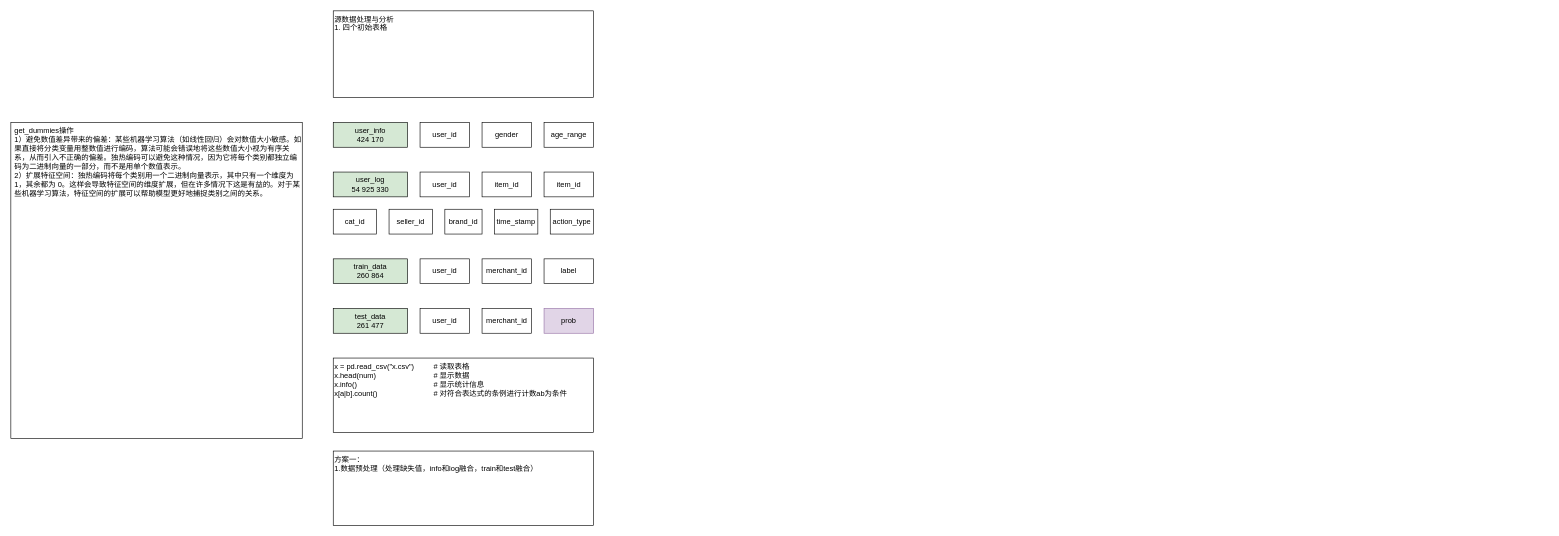
The draw.io diagram tmall1.drawio in limpid-11/drawio, before the edit. Source tidied: cells renumbered, new cells numbered last; positions are measured from the earlier drawing's top-left corner, leaving out a move shared by most shapes. Both pictures are drawn from the tidied source at 62%, with x=0, y=0 at pixel (11, 11).
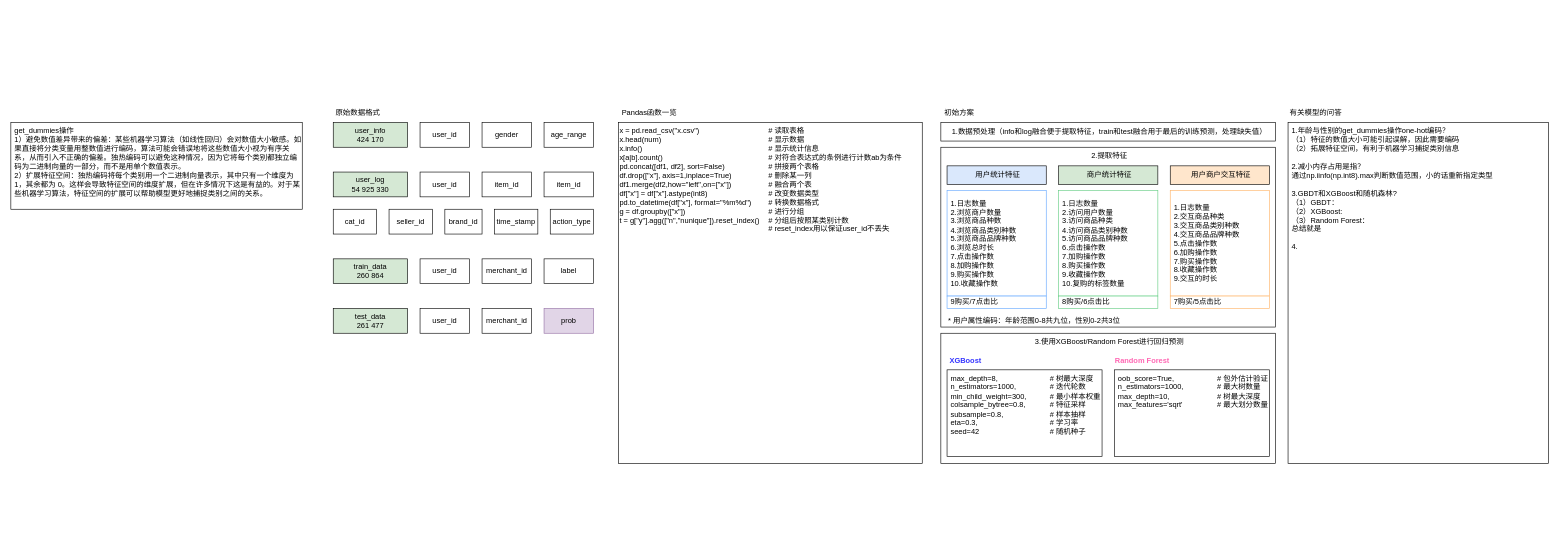
After the change.

What changed in the source:
```diff
@@
-    <mxCell id="2" value="&lt;div style=&quot;&quot;&gt;&lt;span style=&quot;background-color: initial;&quot;&gt;源数据处理与分析&lt;/span&gt;&lt;/div&gt;&lt;div style=&quot;&quot;&gt;&lt;span style=&quot;background-color: initial;&quot;&gt;1. 四个初始表格&lt;/span&gt;&lt;/div&gt;&lt;div&gt;&lt;br&gt;&lt;/div&gt;" style="rounded=0;whiteSpace=wrap;html=1;align=left;verticalAlign=top;" parent="1" vertex="1">
-      <mxGeometry x="520" width="420" height="140" as="geometry" />
-    </mxCell>
@@
-    <mxCell id="7" value="x = pd.read_csv(&quot;x.csv&quot;)&lt;span style=&quot;white-space: pre;&quot;&gt;&#9;&lt;/span&gt;&lt;span style=&quot;white-space: pre;&quot;&gt;&#9;&lt;/span&gt;# 读取表格&lt;div&gt;x.head(num)&amp;nbsp; &amp;nbsp;&lt;span style=&quot;white-space: pre;&quot;&gt;&#9;&lt;/span&gt;&lt;span style=&quot;white-space: pre;&quot;&gt;&#9;&lt;/span&gt;&lt;span style=&quot;white-space: pre;&quot;&gt;&#9;&lt;/span&gt;&lt;span style=&quot;white-space: pre;&quot;&gt;&#9;&lt;/span&gt;# 显示数据&lt;/div&gt;&lt;div&gt;x.info()&lt;span style=&quot;white-space: pre;&quot;&gt;&#9;&lt;/span&gt;&lt;span style=&quot;white-space: pre;&quot;&gt;&#9;&lt;/span&gt;&lt;span style=&quot;white-space: pre;&quot;&gt;&#9;&lt;/span&gt;&lt;span style=&quot;white-space: pre;&quot;&gt;&#9;&lt;/span&gt;&lt;span style=&quot;white-space: pre;&quot;&gt;&#9;&lt;/span&gt;# 显示统计信息&lt;/div&gt;&lt;div&gt;x[a|b].count()&lt;span style=&quot;white-space: pre;&quot;&gt;&#9;&lt;/span&gt;&lt;span style=&quot;white-space: pre;&quot;&gt;&#9;&lt;/span&gt;&lt;span style=&quot;white-space: pre;&quot;&gt;&#9;&lt;/span&gt;&lt;span style=&quot;white-space: pre;&quot;&gt;&#9;&lt;/span&gt;# 对符合表达式的条例进行计数ab为条件&lt;/div&gt;&lt;div&gt;&lt;br&gt;&lt;/div&gt;" style="rounded=0;whiteSpace=wrap;html=1;align=left;verticalAlign=top;" parent="1" vertex="1">
-      <mxGeometry x="520" y="560" width="420" height="120" as="geometry" />
+    <mxCell id="7" value="x = pd.read_csv(&quot;x.csv&quot;)&lt;span style=&quot;white-space: pre;&quot;&gt;&#9;&lt;/span&gt;&lt;span style=&quot;white-space: pre;&quot;&gt;&#9;&lt;span style=&quot;white-space: pre;&quot;&gt;&#9;&lt;/span&gt;&lt;span style=&quot;white-space: pre;&quot;&gt;&#9;&lt;/span&gt;&lt;span style=&quot;white-space: pre;&quot;&gt;&#9;&lt;/span&gt;&lt;/span&gt;# 读取表格&lt;div&gt;x.head(num)&amp;nbsp; &amp;nbsp;&lt;span style=&quot;white-space: pre;&quot;&gt;&#9;&lt;/span&gt;&lt;span style=&quot;white-space: pre;&quot;&gt;&#9;&lt;/span&gt;&lt;span style=&quot;white-space: pre;&quot;&gt;&#9;&lt;/span&gt;&lt;span style=&quot;white-space: pre;&quot;&gt;&#9;&lt;span style=&quot;white-space: pre;&quot;&gt;&#9;&lt;/span&gt;&lt;span style=&quot;white-space: pre;&quot;&gt;&#9;&lt;/span&gt;&lt;span style=&quot;white-space: pre;&quot;&gt;&#9;&lt;/span&gt;&lt;/span&gt;# 显示数据&lt;/div&gt;&lt;div&gt;x.info()&lt;span style=&quot;white-space: pre;&quot;&gt;&#9;&lt;/span&gt;&lt;span style=&quot;white-space: pre;&quot;&gt;&#9;&lt;/span&gt;&lt;span style=&quot;white-space: pre;&quot;&gt;&#9;&lt;/span&gt;&lt;span style=&quot;white-space: pre;&quot;&gt;&#9;&lt;/span&gt;&lt;span style=&quot;white-space: pre;&quot;&gt;&#9;&lt;span style=&quot;white-space: pre;&quot;&gt;&#9;&lt;/span&gt;&lt;span style=&quot;white-space: pre;&quot;&gt;&#9;&lt;/span&gt;&lt;span style=&quot;white-space: pre;&quot;&gt;&#9;&lt;/span&gt;&lt;/span&gt;# 显示统计信息&lt;/div&gt;&lt;div&gt;x[a|b].count()&lt;span style=&quot;white-space: pre;&quot;&gt;&#9;&lt;/span&gt;&lt;span style=&quot;white-space: pre;&quot;&gt;&#9;&lt;/span&gt;&lt;span style=&quot;white-space: pre;&quot;&gt;&#9;&lt;/span&gt;&lt;span style=&quot;white-space: pre;&quot;&gt;&#9;&lt;span style=&quot;white-space: pre;&quot;&gt;&#9;&lt;/span&gt;&lt;span style=&quot;white-space: pre;&quot;&gt;&#9;&lt;/span&gt;&lt;span style=&quot;white-space: pre;&quot;&gt;&#9;&lt;/span&gt;&lt;/span&gt;# 对符合表达式的条例进行计数ab为条件&lt;/div&gt;&lt;div&gt;pd.concat([df1, df2], sort=False)&lt;span style=&quot;white-space: pre;&quot;&gt;&lt;span style=&quot;white-space: pre;&quot;&gt;&#9;&lt;/span&gt;&lt;span style=&quot;white-space: pre;&quot;&gt;&#9;&lt;/span&gt;&lt;span style=&quot;white-space: pre;&quot;&gt;&#9;&lt;/span&gt;&lt;/span&gt;# 拼接两个表格&lt;br&gt;&lt;/div&gt;&lt;div&gt;df.drop([&quot;x&quot;], axis=1,inplace=True)&lt;span style=&quot;white-space: pre;&quot;&gt;&#9;&lt;span style=&quot;white-space: pre;&quot;&gt;&#9;&lt;/span&gt;&lt;span style=&quot;white-space: pre;&quot;&gt;&#9;&lt;/span&gt;&lt;/span&gt;# 删除某一列&lt;/div&gt;&lt;div&gt;df1.merge(df2,how=&quot;left&quot;,on=[&quot;x&quot;])&lt;span style=&quot;white-space: pre;&quot;&gt;&#9;&lt;/span&gt;&lt;span style=&quot;white-space: pre;&quot;&gt;&#9;&lt;/span&gt;&lt;span style=&quot;white-space: pre;&quot;&gt;&#9;&lt;/span&gt;# 融合两个表&lt;/div&gt;&lt;div&gt;df[&quot;x&quot;] = df[&quot;x&quot;].astype(int8)&lt;span style=&quot;white-space: pre;&quot;&gt;&#9;&lt;/span&gt;&lt;span style=&quot;white-space: pre;&quot;&gt;&#9;&lt;/span&gt;&lt;span style=&quot;white-space: pre;&quot;&gt;&#9;&lt;/span&gt;&lt;span style=&quot;white-space: pre;&quot;&gt;&#9;&lt;/span&gt;# 改变数据类型&lt;/div&gt;&lt;div&gt;pd.to_datetime(&lt;span style=&quot;background-color: initial;&quot;&gt;df[&quot;x&quot;], format=&quot;%m%d&quot;&lt;/span&gt;&lt;span style=&quot;background-color: initial;&quot;&gt;)&lt;span style=&quot;white-space: pre;&quot;&gt;&#9;&lt;/span&gt;# 转换数据格式&lt;/span&gt;&lt;/div&gt;&lt;div&gt;&lt;span style=&quot;background-color: initial;&quot;&gt;g = df.groupby([&quot;x&quot;])&lt;span style=&quot;white-space: pre;&quot;&gt;&#9;&lt;/span&gt;&lt;span style=&quot;white-space: pre;&quot;&gt;&#9;&lt;/span&gt;&lt;span style=&quot;white-space: pre;&quot;&gt;&#9;&lt;/span&gt;&lt;span style=&quot;white-space: pre;&quot;&gt;&#9;&lt;/span&gt;&lt;span style=&quot;white-space: pre;&quot;&gt;&#9;&lt;/span&gt;# 进行分组&lt;/span&gt;&lt;/div&gt;&lt;div&gt;t = g[&quot;y&quot;].agg([&quot;n&quot;,&quot;nunique&quot;]).reset_index()&lt;span style=&quot;white-space: pre;&quot;&gt;&#9;&lt;/span&gt;# 分组后按照某类别计数&lt;/div&gt;&lt;div&gt;&lt;span style=&quot;white-space: pre;&quot;&gt;&#9;&lt;/span&gt;&lt;span style=&quot;white-space: pre;&quot;&gt;&#9;&lt;/span&gt;&lt;span style=&quot;white-space: pre;&quot;&gt;&#9;&lt;/span&gt;&lt;span style=&quot;white-space: pre;&quot;&gt;&#9;&lt;/span&gt;&lt;span style=&quot;white-space: pre;&quot;&gt;&#9;&lt;/span&gt;&lt;span style=&quot;white-space: pre;&quot;&gt;&#9;&lt;/span&gt;&lt;span style=&quot;white-space: pre;&quot;&gt;&#9;&lt;/span&gt;&lt;span style=&quot;white-space: pre;&quot;&gt;&#9;&lt;/span&gt;&lt;span style=&quot;white-space: pre;&quot;&gt;&#9;&lt;/span&gt;#&amp;nbsp;&lt;span style=&quot;background-color: initial;&quot;&gt;reset_index用以保证user_id不丢失&lt;/span&gt;&lt;br&gt;&lt;/div&gt;&lt;div&gt;&lt;span style=&quot;background-color: initial;&quot;&gt;&lt;br&gt;&lt;/span&gt;&lt;/div&gt;" style="rounded=0;whiteSpace=wrap;html=1;align=left;verticalAlign=top;" parent="1" vertex="1">
+      <mxGeometry x="980" y="180" width="490" height="550" as="geometry" />
     </mxCell>
@@
-    <mxCell id="25" value="方案一：&lt;div&gt;1.数据预处理（处理缺失值，info和log融合，train和test融合）&lt;/div&gt;" style="rounded=0;whiteSpace=wrap;html=1;align=left;verticalAlign=top;" parent="1" vertex="1">
-      <mxGeometry x="520" y="710" width="420" height="120" as="geometry" />
+    <mxCell id="25" value="&lt;div&gt;1.数据预处理（info和log融合便于提取特征，train和test融合用于最后的训练预测，&lt;span style=&quot;background-color: initial;&quot;&gt;处理缺失值&lt;/span&gt;&lt;span style=&quot;background-color: initial;&quot;&gt;）&lt;/span&gt;&lt;/div&gt;" style="rounded=0;whiteSpace=wrap;html=1;align=center;verticalAlign=middle;spacing=2;spacingLeft=4;" parent="1" vertex="1">
+      <mxGeometry x="1500" y="180" width="540" height="30" as="geometry" />
     </mxCell>
     <mxCell id="26" value="&lt;div&gt;get_dummies操作&lt;/div&gt;1）避免数值差异带来的偏差：某些机器学习算法（如线性回归）会对数值大小敏感。如果直接将分类变量用整数值进行编码，算法可能会错误地将这些数值大小视为有序关系，从而引入不正确的偏差。独热编码可以避免这种情况，因为它将每个类别都独立编码为二进制向量的一部分，而不是用单个数值表示。&lt;div&gt;2）扩展特征空间：独热编码将每个类别用一个二进制向量表示，其中只有一个维度为 1，其余都为 0。这样会导致特征空间的维度扩展，但在许多情况下这是有益的。对于某些机器学习算法，特征空间的扩展可以帮助模型更好地捕捉类别之间的关系。&lt;/div&gt;" style="rounded=0;whiteSpace=wrap;html=1;align=left;verticalAlign=top;spacingLeft=4;" parent="1" vertex="1">
-      <mxGeometry y="180" width="470" height="510" as="geometry" />
+      <mxGeometry y="180" width="470" height="140" as="geometry" />
     </mxCell>
+    <mxCell id="27" value="2.提取特征" style="rounded=0;whiteSpace=wrap;html=1;align=center;verticalAlign=top;spacing=2;spacingLeft=4;strokeColor=#000000;" parent="1" vertex="1">
+      <mxGeometry x="1500" y="220" width="540" height="290" as="geometry" />
+    </mxCell>
+    <mxCell id="28" value="用户统计特征" style="rounded=0;whiteSpace=wrap;html=1;align=center;verticalAlign=middle;spacing=2;spacingLeft=4;fillColor=#dae8fc;strokeColor=#000000;" parent="1" vertex="1">
+      <mxGeometry x="1510" y="250" width="160" height="30" as="geometry" />
+    </mxCell>
+    <mxCell id="29" value="商户统计特征" style="rounded=0;whiteSpace=wrap;html=1;align=center;verticalAlign=middle;spacing=2;spacingLeft=4;fillColor=#d5e8d4;strokeColor=#000000;" parent="1" vertex="1">
+      <mxGeometry x="1690" y="250" width="160" height="30" as="geometry" />
+    </mxCell>
+    <mxCell id="30" value="用户商户交互特征" style="rounded=0;whiteSpace=wrap;html=1;align=center;verticalAlign=middle;spacing=2;spacingLeft=4;fillColor=#ffe6cc;strokeColor=default;" parent="1" vertex="1">
+      <mxGeometry x="1870" y="250" width="160" height="30" as="geometry" />
+    </mxCell>
+    <mxCell id="31" value="1.日志数量&lt;div&gt;2.浏览商户数量&lt;/div&gt;&lt;div&gt;3.&lt;span style=&quot;background-color: initial;&quot;&gt;浏览商品种数&lt;/span&gt;&lt;/div&gt;&lt;div&gt;&lt;span style=&quot;background-color: initial;&quot;&gt;4.浏览商品类别种数&lt;/span&gt;&lt;/div&gt;&lt;div&gt;&lt;span style=&quot;background-color: initial;&quot;&gt;5.浏览商品品牌种数&lt;/span&gt;&lt;/div&gt;&lt;div&gt;&lt;span style=&quot;background-color: initial;&quot;&gt;6.浏览总时长&lt;/span&gt;&lt;/div&gt;&lt;div&gt;&lt;span style=&quot;background-color: initial;&quot;&gt;7.点击操作数&lt;/span&gt;&lt;/div&gt;&lt;div&gt;&lt;span style=&quot;background-color: initial;&quot;&gt;8.加购操作数&lt;/span&gt;&lt;/div&gt;&lt;div&gt;&lt;span style=&quot;background-color: initial;&quot;&gt;9.购买操作数&lt;/span&gt;&lt;/div&gt;&lt;div&gt;&lt;span style=&quot;background-color: initial;&quot;&gt;10.收藏操作数&lt;/span&gt;&lt;/div&gt;" style="rounded=0;whiteSpace=wrap;html=1;align=left;verticalAlign=middle;spacing=2;spacingLeft=4;fillColor=#FFFFFF;strokeColor=#63A7FF;" parent="1" vertex="1">
+      <mxGeometry x="1510" y="290" width="160" height="170" as="geometry" />
+    </mxCell>
+    <mxCell id="32" value="初始方案" style="text;html=1;align=center;verticalAlign=middle;whiteSpace=wrap;rounded=0;" parent="1" vertex="1">
+      <mxGeometry x="1500" y="150" width="60" height="30" as="geometry" />
+    </mxCell>
+    <mxCell id="33" value="&lt;div&gt;3.使用XGBoost/Random Forest进行回归预测&lt;/div&gt;" style="rounded=0;whiteSpace=wrap;html=1;align=center;verticalAlign=top;spacing=2;spacingLeft=4;" parent="1" vertex="1">
+      <mxGeometry x="1500" y="520" width="540" height="210" as="geometry" />
+    </mxCell>
+    <mxCell id="34" value="1.日志数量&lt;div&gt;2.访问用户数量&lt;/div&gt;&lt;div&gt;3.访问商品种类&lt;/div&gt;&lt;div&gt;4.访问商品类别种数&lt;/div&gt;&lt;div&gt;5.访问商品品牌种数&lt;/div&gt;&lt;div&gt;&lt;div&gt;&lt;span style=&quot;background-color: initial;&quot;&gt;6.点击操作数&lt;/span&gt;&lt;/div&gt;&lt;div&gt;&lt;span style=&quot;background-color: initial;&quot;&gt;7.加购操作数&lt;/span&gt;&lt;/div&gt;&lt;div&gt;&lt;span style=&quot;background-color: initial;&quot;&gt;8.购买操作数&lt;/span&gt;&lt;/div&gt;&lt;div&gt;&lt;span style=&quot;background-color: initial;&quot;&gt;9.收藏操作数&lt;/span&gt;&lt;/div&gt;&lt;/div&gt;&lt;div&gt;&lt;span style=&quot;background-color: initial;&quot;&gt;10.复购的标签数量&lt;/span&gt;&lt;/div&gt;" style="rounded=0;whiteSpace=wrap;html=1;align=left;verticalAlign=middle;spacing=2;spacingLeft=4;fillColor=#FFFFFF;strokeColor=#62CC82;" parent="1" vertex="1">
+      <mxGeometry x="1690" y="290" width="160" height="170" as="geometry" />
+    </mxCell>
+    <mxCell id="35" value="1.日志数量&lt;div&gt;&lt;div&gt;2.交互商品种类&lt;/div&gt;&lt;div&gt;3.交互商品类别种数&lt;/div&gt;&lt;div&gt;4.交互商品品牌种数&lt;/div&gt;&lt;div&gt;&lt;div&gt;&lt;span style=&quot;background-color: initial;&quot;&gt;5.点击操作数&lt;/span&gt;&lt;/div&gt;&lt;div&gt;&lt;span style=&quot;background-color: initial;&quot;&gt;6.加购操作数&lt;/span&gt;&lt;/div&gt;&lt;div&gt;&lt;span style=&quot;background-color: initial;&quot;&gt;7.购买操作数&lt;/span&gt;&lt;/div&gt;&lt;div&gt;&lt;span style=&quot;background-color: initial;&quot;&gt;8.收藏操作数&lt;/span&gt;&lt;/div&gt;&lt;/div&gt;&lt;/div&gt;&lt;div&gt;&lt;span style=&quot;background-color: initial;&quot;&gt;9.交互的时长&lt;/span&gt;&lt;/div&gt;" style="rounded=0;whiteSpace=wrap;html=1;align=left;verticalAlign=middle;spacing=2;spacingLeft=4;fillColor=#FFFFFF;strokeColor=#FFB366;" parent="1" vertex="1">
+      <mxGeometry x="1870" y="290" width="160" height="170" as="geometry" />
+    </mxCell>
+    <mxCell id="36" value="9购买/7点击比" style="rounded=0;whiteSpace=wrap;html=1;align=left;verticalAlign=middle;spacing=2;spacingLeft=4;fillColor=#FFFFFF;strokeColor=#63A7FF;" parent="1" vertex="1">
+      <mxGeometry x="1510" y="460" width="160" height="20" as="geometry" />
+    </mxCell>
+    <mxCell id="37" value="8购买/6点击比" style="rounded=0;whiteSpace=wrap;html=1;align=left;verticalAlign=middle;spacing=2;spacingLeft=4;fillColor=#FFFFFF;strokeColor=#62cc82;" parent="1" vertex="1">
+      <mxGeometry x="1690" y="460" width="160" height="20" as="geometry" />
+    </mxCell>
+    <mxCell id="38" value="7购买/5点击比" style="rounded=0;whiteSpace=wrap;html=1;align=left;verticalAlign=middle;spacing=2;spacingLeft=4;fillColor=#FFFFFF;strokeColor=#ffb366;" parent="1" vertex="1">
+      <mxGeometry x="1870" y="460" width="160" height="20" as="geometry" />
+    </mxCell>
+    <mxCell id="39" value="* 用户属性编码：年龄范围0-8共九位，性别0-2共3位" style="text;html=1;align=left;verticalAlign=middle;whiteSpace=wrap;rounded=0;" parent="1" vertex="1">
+      <mxGeometry x="1510" y="490" width="520" height="20" as="geometry" />
+    </mxCell>
+    <mxCell id="40" value="&lt;div&gt;max_depth=8,&lt;span style=&quot;white-space: pre;&quot;&gt;&#9;&lt;/span&gt;&lt;span style=&quot;white-space: pre;&quot;&gt;&#9;&lt;/span&gt;&lt;span style=&quot;white-space: pre;&quot;&gt;&#9;&lt;span style=&quot;white-space: pre;&quot;&gt;&#9;&lt;/span&gt;&lt;/span&gt;# 树最大深度&lt;/div&gt;&lt;div&gt;n_estimators=1000,&lt;span style=&quot;white-space: pre;&quot;&gt;&#9;&lt;/span&gt;&lt;span style=&quot;white-space: pre;&quot;&gt;&#9;&lt;/span&gt;# 迭代轮数&lt;/div&gt;&lt;div&gt;min_child_weight=300,&lt;span style=&quot;white-space: pre;&quot;&gt;&#9;&lt;/span&gt;&lt;span style=&quot;white-space: pre;&quot;&gt;&#9;&lt;/span&gt;# 最小样本权重&lt;/div&gt;&lt;div&gt;colsample_bytree=0.8,&lt;span style=&quot;white-space: pre;&quot;&gt;&#9;&lt;/span&gt;&lt;span style=&quot;white-space: pre;&quot;&gt;&#9;&lt;/span&gt;# 特征采样&lt;/div&gt;&lt;div&gt;subsample=0.8,&lt;span style=&quot;white-space: pre;&quot;&gt;&#9;&lt;/span&gt;&lt;span style=&quot;white-space: pre;&quot;&gt;&#9;&lt;/span&gt;&lt;span style=&quot;white-space: pre;&quot;&gt;&#9;&lt;/span&gt;# 样本抽样&lt;/div&gt;&lt;div&gt;eta=0.3,&lt;span style=&quot;white-space: pre;&quot;&gt;&#9;&lt;/span&gt;&lt;span style=&quot;white-space: pre;&quot;&gt;&#9;&lt;/span&gt;&lt;span style=&quot;white-space: pre;&quot;&gt;&#9;&lt;/span&gt;&lt;span style=&quot;white-space: pre;&quot;&gt;&#9;&lt;/span&gt;&lt;span style=&quot;white-space: pre;&quot;&gt;&#9;&lt;/span&gt;# 学习率&lt;/div&gt;&lt;div&gt;seed=42&lt;span style=&quot;white-space: pre;&quot;&gt;&#9;&lt;/span&gt;&lt;span style=&quot;white-space: pre;&quot;&gt;&#9;&lt;/span&gt;&lt;span style=&quot;white-space: pre;&quot;&gt;&#9;&lt;/span&gt;&lt;span style=&quot;white-space: pre;&quot;&gt;&#9;&lt;/span&gt;&lt;span style=&quot;white-space: pre;&quot;&gt;&#9;&lt;/span&gt;# 随机种子&lt;/div&gt;" style="rounded=0;whiteSpace=wrap;html=1;align=left;spacingLeft=4;verticalAlign=top;" parent="1" vertex="1">
+      <mxGeometry x="1510" y="579" width="250" height="140" as="geometry" />
+    </mxCell>
+    <mxCell id="41" value="&lt;div&gt;oob_score=True,&lt;span style=&quot;white-space: pre;&quot;&gt;&#9;&lt;/span&gt;&lt;span style=&quot;white-space: pre;&quot;&gt;&#9;&lt;/span&gt;&lt;span style=&quot;white-space: pre;&quot;&gt;&#9;&lt;/span&gt;# 包外估计验证&lt;/div&gt;&lt;div&gt;n_estimators=1000,&lt;span style=&quot;white-space: pre;&quot;&gt;&#9;&lt;/span&gt;&lt;span style=&quot;white-space: pre;&quot;&gt;&#9;&lt;/span&gt;# 最大树数量&lt;/div&gt;&lt;div&gt;max_depth=10,&lt;span style=&quot;white-space: pre;&quot;&gt;&#9;&lt;/span&gt;&lt;span style=&quot;white-space: pre;&quot;&gt;&#9;&lt;/span&gt;&lt;span style=&quot;white-space: pre;&quot;&gt;&#9;&lt;/span&gt;# 树最大深度&lt;/div&gt;&lt;div style=&quot;&quot;&gt;max_features='sqrt'&lt;span style=&quot;white-space: pre;&quot;&gt;&#9;&lt;/span&gt;&lt;span style=&quot;white-space: pre;&quot;&gt;&#9;&lt;/span&gt;&lt;span style=&quot;white-space: pre;&quot;&gt;&#9;&lt;/span&gt;# 最大划分数量&lt;/div&gt;" style="rounded=0;whiteSpace=wrap;html=1;spacingLeft=4;horizontal=1;verticalAlign=top;align=left;" parent="1" vertex="1">
+      <mxGeometry x="1780" y="579" width="250" height="140" as="geometry" />
+    </mxCell>
+    <mxCell id="42" value="XGBoost" style="text;html=1;align=center;verticalAlign=middle;whiteSpace=wrap;rounded=0;fontColor=#3333FF;fontStyle=1;" parent="1" vertex="1">
+      <mxGeometry x="1510" y="549" width="60" height="30" as="geometry" />
+    </mxCell>
+    <mxCell id="43" value="Random Forest" style="text;html=1;align=center;verticalAlign=middle;whiteSpace=wrap;rounded=0;fontStyle=1;fontColor=#FF66B3;" parent="1" vertex="1">
+      <mxGeometry x="1780" y="549" width="90" height="30" as="geometry" />
+    </mxCell>
+    <mxCell id="44" value="1.年龄与性别的get_dummies操作one-hot编码？&lt;div&gt;（1）特征的数值大小可能引起误解，因此需要编码&lt;/div&gt;&lt;div&gt;（2）拓展特征空间，有利于机器学习捕捉类别信息&lt;/div&gt;&lt;div&gt;&lt;br&gt;&lt;/div&gt;&lt;div&gt;2.减小内存占用是指？&lt;/div&gt;&lt;div&gt;通过np.iinfo(np.int8).max判断数值范围，小的话重新指定类型&lt;br&gt;&lt;/div&gt;&lt;div&gt;&lt;br&gt;&lt;/div&gt;&lt;div&gt;3.GBDT和XGBoost和随机森林?&lt;/div&gt;&lt;div&gt;（1）GBDT：&lt;/div&gt;&lt;div&gt;（2）XGBoost:&lt;/div&gt;&lt;div&gt;（3）Random Forest：&lt;/div&gt;&lt;div&gt;总结就是&lt;/div&gt;&lt;div&gt;&lt;br&gt;&lt;/div&gt;&lt;div&gt;4.&lt;/div&gt;" style="rounded=0;whiteSpace=wrap;html=1;align=left;spacingLeft=4;verticalAlign=top;" parent="1" vertex="1">
+      <mxGeometry x="2060" y="180" width="420" height="550" as="geometry" />
+    </mxCell>
+    <mxCell id="45" value="有关模型的问答" style="text;html=1;align=center;verticalAlign=middle;whiteSpace=wrap;rounded=0;" parent="1" vertex="1">
+      <mxGeometry x="2060" y="150" width="90" height="30" as="geometry" />
+    </mxCell>
+    <mxCell id="46" value="Pandas函数一览" style="text;html=1;align=center;verticalAlign=middle;whiteSpace=wrap;rounded=0;" parent="1" vertex="1">
+      <mxGeometry x="980" y="150" width="100" height="30" as="geometry" />
+    </mxCell>
+    <mxCell id="47" value="原始数据格式" style="text;html=1;align=center;verticalAlign=middle;whiteSpace=wrap;rounded=0;" parent="1" vertex="1">
+      <mxGeometry x="520" y="150" width="80" height="30" as="geometry" />
+    </mxCell>
```
